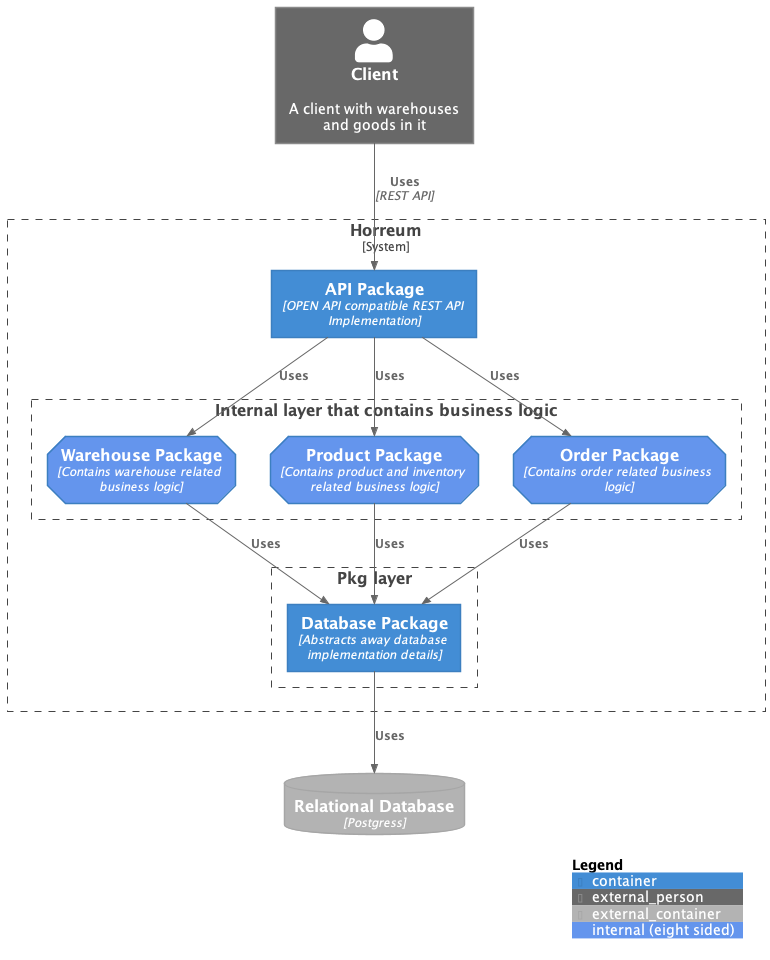
Earlier version of the PlantUML export docs/c4model/HorreumContainer.png (unicod3/horreum). Its diagram source:
```plantuml
@startuml SystemContext
!include https://raw.githubusercontent.com/plantuml-stdlib/C4-PlantUML/master/C4_Container.puml
!include <office/Servers/database_server>

Person_Ext(Client, "Client", "A client with warehouses and goods in it")

ContainerDb_Ext(RDMS, "Relational Database", "Postgress")
AddElementTag("internal", $shape=EightSidedShape(), $bgColor="CornflowerBlue", $fontColor="white")

System_Boundary(Horreum, "Horreum"){
    Container(APIPackage, "API Package", "OPEN API compatible REST API Implementation")
    Boundary(Internal, "Internal layer that contains business logic"){
        Container(Warehouse, "Warehouse Package", "Contains warehouse related business logic", $tags="internal")
        Container(Product, "Product Package", "Contains product and inventory related business logic", $tags="internal")
        Container(Order, "Order Package", "Contains order related business logic", $tags="internal")
    }
    Rel(APIPackage, Warehouse, "Uses")
    Rel(APIPackage, Product, "Uses")
    Rel(APIPackage, Order, "Uses")

    Boundary(Pkg, "Pkg layer"){
        Container(DBPackage, "Database Package", "Abstracts away database implementation details")

    }
    Rel(Warehouse, DBPackage, "Uses")
    Rel(Product, DBPackage, "Uses")
    Rel(Order, DBPackage, "Uses")


    Rel(DBPackage, RDMS, "Uses")
}

Rel(Client, APIPackage, "Uses", "REST API")

SHOW_LEGEND()
@enduml
```
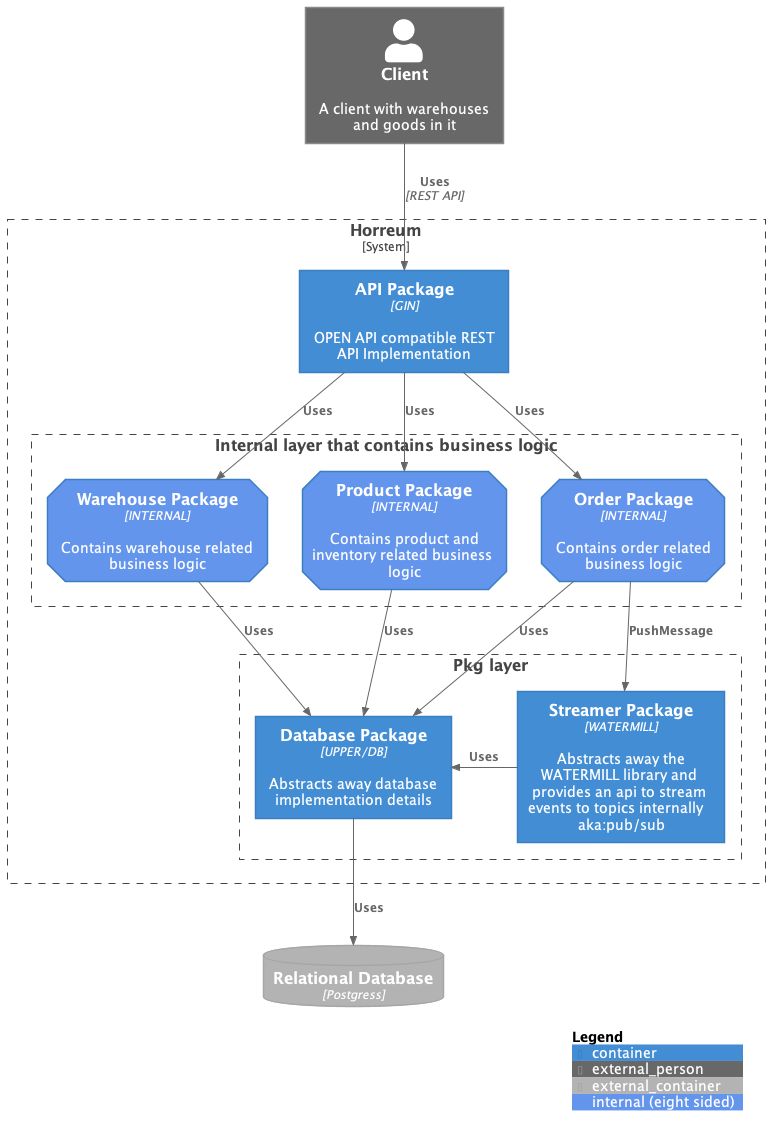
After the change.

Commit message:
Update C4Model of the HorreumContainer

The edit, as a diff of the source:
```diff
@@ -8,23 +8,26 @@
 AddElementTag("internal", $shape=EightSidedShape(), $bgColor="CornflowerBlue", $fontColor="white")
 
 System_Boundary(Horreum, "Horreum"){
-    Container(APIPackage, "API Package", "OPEN API compatible REST API Implementation")
+    Container(APIPackage, "API Package", "GIN", "OPEN API compatible REST API Implementation")
     Boundary(Internal, "Internal layer that contains business logic"){
-        Container(Warehouse, "Warehouse Package", "Contains warehouse related business logic", $tags="internal")
-        Container(Product, "Product Package", "Contains product and inventory related business logic", $tags="internal")
-        Container(Order, "Order Package", "Contains order related business logic", $tags="internal")
+        Container(Warehouse, "Warehouse Package", "INTERNAL", "Contains warehouse related business logic", $tags="internal")
+        Container(Product, "Product Package", "INTERNAL", "Contains product and inventory related business logic", $tags="internal")
+        Container(Order, "Order Package", "INTERNAL", "Contains order related business logic", $tags="internal")
     }
     Rel(APIPackage, Warehouse, "Uses")
     Rel(APIPackage, Product, "Uses")
     Rel(APIPackage, Order, "Uses")
 
     Boundary(Pkg, "Pkg layer"){
-        Container(DBPackage, "Database Package", "Abstracts away database implementation details")
+        Container(DBPackage, "Database Package", "UPPER/DB", "Abstracts away database implementation details")
+        Container(Streamer, "Streamer Package", "WATERMILL", "Abstracts away the WATERMILL library and provides an api to stream events to topics internally   aka:pub/sub")
+        Rel_L(Streamer, DBPackage, "Uses")
 
     }
     Rel(Warehouse, DBPackage, "Uses")
     Rel(Product, DBPackage, "Uses")
     Rel(Order, DBPackage, "Uses")
+    Rel(Order, Streamer, "PushMessage")
 
 
     Rel(DBPackage, RDMS, "Uses")
```
